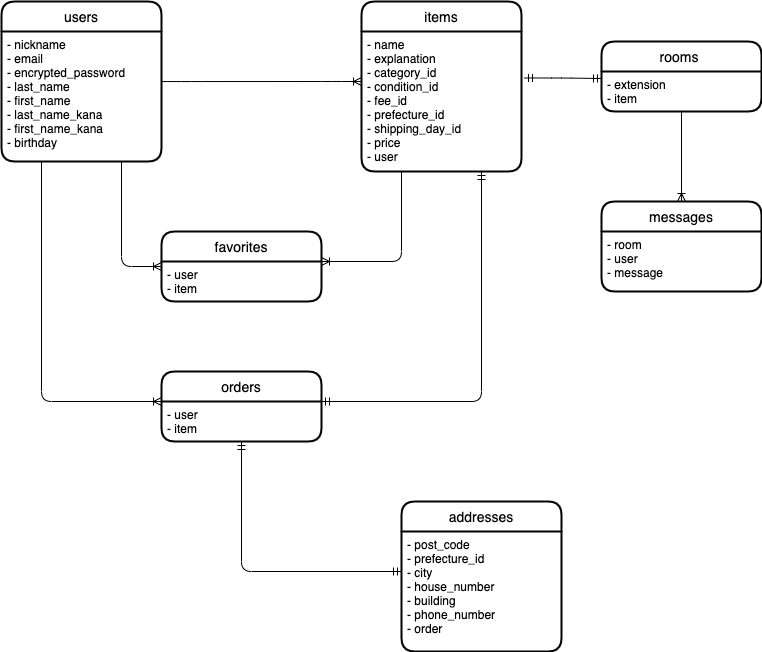
The draw.io diagram ERdiagram.drawio.png in orange-soba/furima-39531, before a commit. Source tidied: cells renumbered, new cells last; positions are measured from the earlier drawing's top-left corner, leaving out a move shared by most shapes.
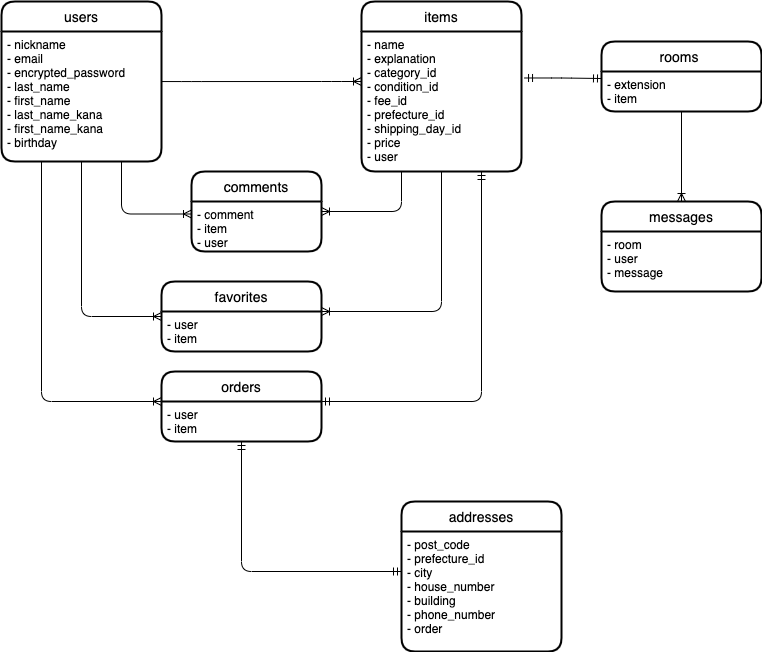
The same diagram one commit later.

Diff of the diagram source:
```diff
@@ -57,18 +57,24 @@
       </mxGeometry>
     </mxCell>
     <mxCell id="14" value="favorites" style="swimlane;horizontal=1;startSize=30;rounded=1;fontSize=14;fontStyle=0;strokeWidth=2;shadow=0;dashed=0;align=center;" parent="1" vertex="1">
-      <mxGeometry x="160" y="230" width="160" height="70" as="geometry" />
+      <mxGeometry x="160" y="280" width="160" height="70" as="geometry" />
     </mxCell>
     <mxCell id="15" value="- user&#10;- item" style="align=left;strokeColor=none;fillColor=none;spacingLeft=4;fontSize=12;verticalAlign=top;" parent="14" vertex="1">
       <mxGeometry y="30" width="160" height="40" as="geometry" />
     </mxCell>
-    <mxCell id="16" style="edgeStyle=orthogonalEdgeStyle;fontSize=12;html=1;endArrow=ERoneToMany;exitX=0.75;exitY=1;exitDx=0;exitDy=0;entryX=0;entryY=0.5;entryDx=0;entryDy=0;" parent="1" edge="1" source="3" target="14">
-      <mxGeometry relative="1" as="geometry" />
+    <mxCell id="16" style="edgeStyle=orthogonalEdgeStyle;fontSize=12;html=1;endArrow=ERoneToMany;entryX=0;entryY=0.5;entryDx=0;entryDy=0;" parent="1" edge="1" target="14">
+      <mxGeometry relative="1" as="geometry">
+        <mxPoint x="80" y="160" as="sourcePoint" />
+        <Array as="points">
+          <mxPoint x="80" y="160" />
+          <mxPoint x="80" y="315" />
+        </Array>
+      </mxGeometry>
     </mxCell>
-    <mxCell id="17" style="edgeStyle=orthogonalEdgeStyle;fontSize=12;html=1;endArrow=ERoneToMany;exitX=0.25;exitY=1;exitDx=0;exitDy=0;entryX=1;entryY=0;entryDx=0;entryDy=0;" parent="1" edge="1" source="5" target="15">
+    <mxCell id="17" style="edgeStyle=orthogonalEdgeStyle;fontSize=12;html=1;endArrow=ERoneToMany;exitX=0.5;exitY=1;exitDx=0;exitDy=0;entryX=1;entryY=0;entryDx=0;entryDy=0;" parent="1" edge="1" source="5" target="15">
       <mxGeometry relative="1" as="geometry">
         <Array as="points">
-          <mxPoint x="400" y="260" />
+          <mxPoint x="440" y="310" />
         </Array>
       </mxGeometry>
     </mxCell>
@@ -92,5 +98,23 @@
     <mxCell id="23" style="edgeStyle=orthogonalEdgeStyle;fontSize=12;html=1;endArrow=ERoneToMany;exitX=0.5;exitY=1;exitDx=0;exitDy=0;entryX=0.5;entryY=0;entryDx=0;entryDy=0;" parent="1" edge="1" source="19" target="20">
       <mxGeometry relative="1" as="geometry" />
     </mxCell>
+    <mxCell id="24" value="comments" style="swimlane;horizontal=1;startSize=30;rounded=1;fontSize=14;fontStyle=0;strokeWidth=2;shadow=0;dashed=0;align=center;" parent="1" vertex="1">
+      <mxGeometry x="190" y="170" width="130" height="80" as="geometry" />
+    </mxCell>
+    <mxCell id="25" value="- comment&#10;- item&#10;- user" style="align=left;strokeColor=none;fillColor=none;spacingLeft=4;fontSize=12;verticalAlign=top;" parent="24" vertex="1">
+      <mxGeometry y="30" width="130" height="50" as="geometry" />
+    </mxCell>
+    <mxCell id="26" style="edgeStyle=orthogonalEdgeStyle;fontSize=12;html=1;endArrow=ERoneToMany;exitX=0.25;exitY=1;exitDx=0;exitDy=0;" parent="1" edge="1" source="5">
+      <mxGeometry relative="1" as="geometry">
+        <mxPoint x="320" y="210" as="targetPoint" />
+        <Array as="points">
+          <mxPoint x="400" y="210" />
+          <mxPoint x="320" y="210" />
+        </Array>
+      </mxGeometry>
+    </mxCell>
+    <mxCell id="27" style="edgeStyle=orthogonalEdgeStyle;fontSize=12;html=1;endArrow=ERoneToMany;entryX=0;entryY=0.25;entryDx=0;entryDy=0;exitX=0.75;exitY=1;exitDx=0;exitDy=0;" parent="1" edge="1" source="3" target="25">
+      <mxGeometry relative="1" as="geometry" />
+    </mxCell>
   </root>
 </mxGraphModel>
```
